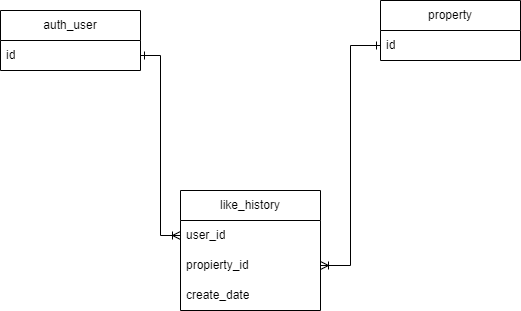
The draw.io diagram relational_model.png in s-ramosm/habi-test, before a commit. Source tidied: cells renumbered, new cells last; positions are measured from the earlier drawing's top-left corner, leaving out a move shared by most shapes. The source it was exported from:
```xml
<mxGraphModel>
  <root>
    <mxCell id="0" />
    <mxCell id="1" parent="0" />
    <mxCell id="2" value="auth_user" style="swimlane;fontStyle=0;horizontal=1;startSize=30;whiteSpace=wrap;html=1;" parent="1" vertex="1">
      <mxGeometry y="10" width="140" height="60" as="geometry" />
    </mxCell>
    <mxCell id="3" value="id" style="text;strokeColor=none;fillColor=none;align=left;verticalAlign=middle;spacingLeft=4;spacingRight=4;overflow=hidden;points=[[0,0.5],[1,0.5]];portConstraint=eastwest;whiteSpace=wrap;html=1;" parent="2" vertex="1">
      <mxGeometry y="30" width="140" height="30" as="geometry" />
    </mxCell>
    <mxCell id="4" value="property" style="swimlane;fontStyle=0;horizontal=1;startSize=30;whiteSpace=wrap;html=1;" parent="1" vertex="1">
      <mxGeometry x="380" width="140" height="60" as="geometry" />
    </mxCell>
    <mxCell id="5" value="id" style="text;strokeColor=none;fillColor=none;align=left;verticalAlign=middle;spacingLeft=4;spacingRight=4;overflow=hidden;points=[[0,0.5],[1,0.5]];portConstraint=eastwest;whiteSpace=wrap;html=1;" parent="4" vertex="1">
      <mxGeometry y="30" width="140" height="30" as="geometry" />
    </mxCell>
    <mxCell id="6" value="like_history" style="swimlane;fontStyle=0;horizontal=1;startSize=30;whiteSpace=wrap;html=1;" parent="1" vertex="1">
      <mxGeometry x="180" y="190" width="140" height="120" as="geometry" />
    </mxCell>
    <mxCell id="7" value="user_id" style="text;strokeColor=none;fillColor=none;align=left;verticalAlign=middle;spacingLeft=4;spacingRight=4;overflow=hidden;points=[[0,0.5],[1,0.5]];portConstraint=eastwest;whiteSpace=wrap;html=1;" parent="6" vertex="1">
      <mxGeometry y="30" width="140" height="30" as="geometry" />
    </mxCell>
    <mxCell id="8" value="propierty_id" style="text;strokeColor=none;fillColor=none;align=left;verticalAlign=middle;spacingLeft=4;spacingRight=4;overflow=hidden;points=[[0,0.5],[1,0.5]];portConstraint=eastwest;whiteSpace=wrap;html=1;" parent="6" vertex="1">
      <mxGeometry y="60" width="140" height="30" as="geometry" />
    </mxCell>
    <mxCell id="9" value="create_date" style="text;strokeColor=none;fillColor=none;align=left;verticalAlign=middle;spacingLeft=4;spacingRight=4;overflow=hidden;whiteSpace=wrap;html=1;" parent="6" vertex="1">
      <mxGeometry y="90" width="140" height="30" as="geometry" />
    </mxCell>
    <mxCell id="10" style="edgeStyle=orthogonalEdgeStyle;rounded=0;jettySize=auto;html=1;startArrow=ERone;startFill=0;endArrow=ERoneToMany;endFill=0;" parent="1" edge="1" source="3" target="7">
      <mxGeometry relative="1" as="geometry" />
    </mxCell>
    <mxCell id="11" style="edgeStyle=orthogonalEdgeStyle;rounded=0;jettySize=auto;html=1;endArrow=ERoneToMany;endFill=0;startArrow=ERone;startFill=0;" parent="1" edge="1" source="5" target="8">
      <mxGeometry relative="1" as="geometry" />
    </mxCell>
  </root>
</mxGraphModel>
```
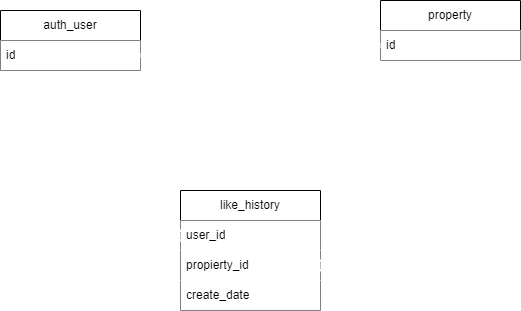
The same diagram one commit later.

Change to the diagram source:
```diff
@@ -2,34 +2,34 @@
   <root>
     <mxCell id="0" />
     <mxCell id="1" parent="0" />
-    <mxCell id="2" value="auth_user" style="swimlane;fontStyle=0;horizontal=1;startSize=30;whiteSpace=wrap;html=1;" parent="1" vertex="1">
+    <mxCell id="2" value="auth_user" style="swimlane;fontStyle=0;horizontal=1;startSize=30;whiteSpace=wrap;html=1;fillColor=default;" parent="1" vertex="1">
       <mxGeometry y="10" width="140" height="60" as="geometry" />
     </mxCell>
-    <mxCell id="3" value="id" style="text;strokeColor=none;fillColor=none;align=left;verticalAlign=middle;spacingLeft=4;spacingRight=4;overflow=hidden;points=[[0,0.5],[1,0.5]];portConstraint=eastwest;whiteSpace=wrap;html=1;" parent="2" vertex="1">
+    <mxCell id="3" value="id" style="text;strokeColor=none;fillColor=default;align=left;verticalAlign=middle;spacingLeft=4;spacingRight=4;overflow=hidden;points=[[0,0.5],[1,0.5]];portConstraint=eastwest;whiteSpace=wrap;html=1;" parent="2" vertex="1">
       <mxGeometry y="30" width="140" height="30" as="geometry" />
     </mxCell>
     <mxCell id="4" value="property" style="swimlane;fontStyle=0;horizontal=1;startSize=30;whiteSpace=wrap;html=1;" parent="1" vertex="1">
       <mxGeometry x="380" width="140" height="60" as="geometry" />
     </mxCell>
-    <mxCell id="5" value="id" style="text;strokeColor=none;fillColor=none;align=left;verticalAlign=middle;spacingLeft=4;spacingRight=4;overflow=hidden;points=[[0,0.5],[1,0.5]];portConstraint=eastwest;whiteSpace=wrap;html=1;" parent="4" vertex="1">
+    <mxCell id="5" value="id" style="text;strokeColor=none;fillColor=default;align=left;verticalAlign=middle;spacingLeft=4;spacingRight=4;overflow=hidden;points=[[0,0.5],[1,0.5]];portConstraint=eastwest;whiteSpace=wrap;html=1;" parent="4" vertex="1">
       <mxGeometry y="30" width="140" height="30" as="geometry" />
     </mxCell>
     <mxCell id="6" value="like_history" style="swimlane;fontStyle=0;horizontal=1;startSize=30;whiteSpace=wrap;html=1;" parent="1" vertex="1">
       <mxGeometry x="180" y="190" width="140" height="120" as="geometry" />
     </mxCell>
-    <mxCell id="7" value="user_id" style="text;strokeColor=none;fillColor=none;align=left;verticalAlign=middle;spacingLeft=4;spacingRight=4;overflow=hidden;points=[[0,0.5],[1,0.5]];portConstraint=eastwest;whiteSpace=wrap;html=1;" parent="6" vertex="1">
+    <mxCell id="7" value="user_id" style="text;strokeColor=none;fillColor=default;align=left;verticalAlign=middle;spacingLeft=4;spacingRight=4;overflow=hidden;points=[[0,0.5],[1,0.5]];portConstraint=eastwest;whiteSpace=wrap;html=1;" parent="6" vertex="1">
       <mxGeometry y="30" width="140" height="30" as="geometry" />
     </mxCell>
-    <mxCell id="8" value="propierty_id" style="text;strokeColor=none;fillColor=none;align=left;verticalAlign=middle;spacingLeft=4;spacingRight=4;overflow=hidden;points=[[0,0.5],[1,0.5]];portConstraint=eastwest;whiteSpace=wrap;html=1;" parent="6" vertex="1">
+    <mxCell id="8" value="propierty_id" style="text;strokeColor=none;fillColor=default;align=left;verticalAlign=middle;spacingLeft=4;spacingRight=4;overflow=hidden;points=[[0,0.5],[1,0.5]];portConstraint=eastwest;whiteSpace=wrap;html=1;" parent="6" vertex="1">
       <mxGeometry y="60" width="140" height="30" as="geometry" />
     </mxCell>
-    <mxCell id="9" value="create_date" style="text;strokeColor=none;fillColor=none;align=left;verticalAlign=middle;spacingLeft=4;spacingRight=4;overflow=hidden;whiteSpace=wrap;html=1;" parent="6" vertex="1">
+    <mxCell id="9" value="create_date" style="text;strokeColor=none;fillColor=default;align=left;verticalAlign=middle;spacingLeft=4;spacingRight=4;overflow=hidden;whiteSpace=wrap;html=1;" parent="6" vertex="1">
       <mxGeometry y="90" width="140" height="30" as="geometry" />
     </mxCell>
-    <mxCell id="10" style="edgeStyle=orthogonalEdgeStyle;rounded=0;jettySize=auto;html=1;startArrow=ERone;startFill=0;endArrow=ERoneToMany;endFill=0;" parent="1" edge="1" source="3" target="7">
+    <mxCell id="10" style="edgeStyle=orthogonalEdgeStyle;rounded=0;jettySize=auto;html=1;startArrow=ERone;startFill=0;endArrow=ERoneToMany;endFill=0;strokeColor=#ffffff;strokeWidth=5;" parent="1" edge="1" source="3" target="7">
       <mxGeometry relative="1" as="geometry" />
     </mxCell>
-    <mxCell id="11" style="edgeStyle=orthogonalEdgeStyle;rounded=0;jettySize=auto;html=1;endArrow=ERoneToMany;endFill=0;startArrow=ERone;startFill=0;" parent="1" edge="1" source="5" target="8">
+    <mxCell id="11" style="edgeStyle=orthogonalEdgeStyle;rounded=0;jettySize=auto;html=1;endArrow=ERoneToMany;endFill=0;startArrow=ERone;startFill=0;strokeColor=#ffffff;strokeWidth=5;" parent="1" edge="1" source="5" target="8">
       <mxGeometry relative="1" as="geometry" />
     </mxCell>
   </root>
```
